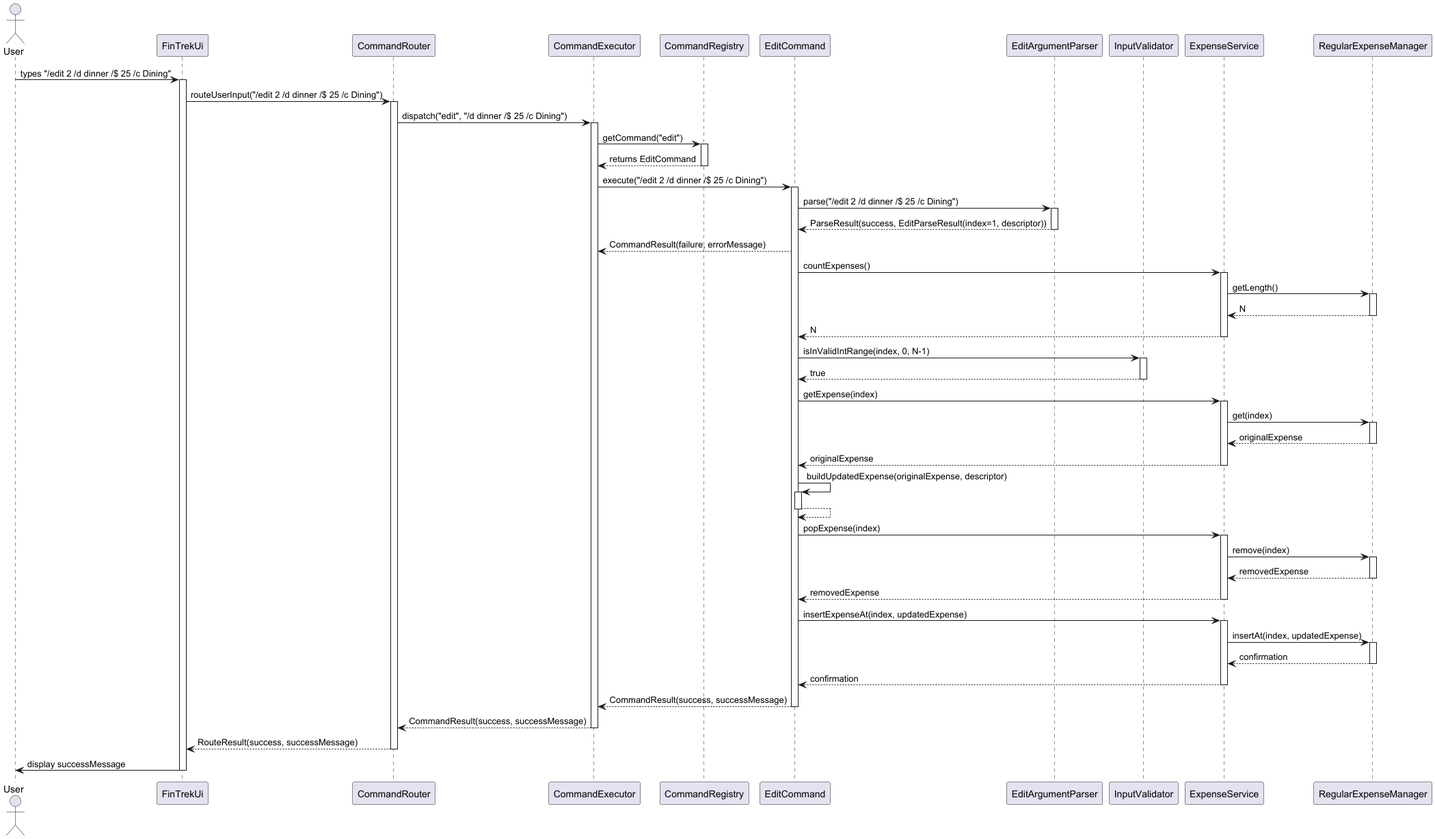
Earlier version of the PlantUML export docs/images/editCommand.png (randust/tp).
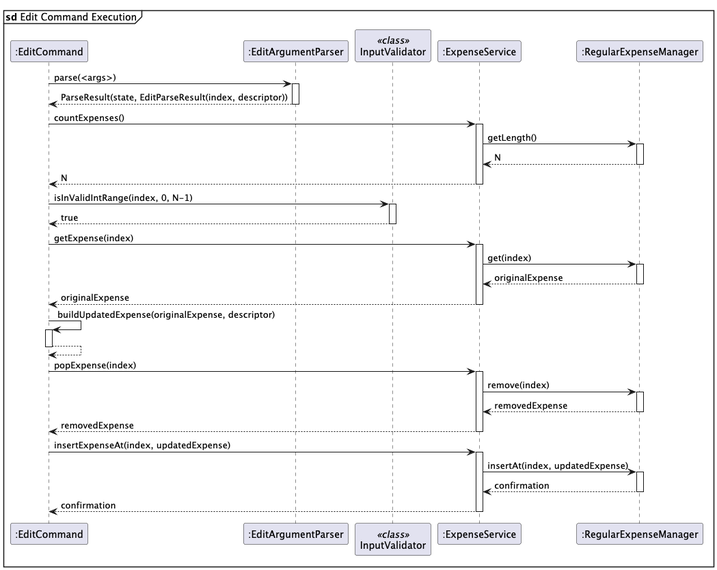
The same file after the commit.

Commit message:
Update TotalCommand to set limit, update parser, summary, edit sequence diagrams

The edit, as a diff of the source:
```diff
@@ -1,40 +1,18 @@
-@startuml editCommand.puml
-actor User
-participant "FinTrekUi" as FinTrek
-participant "CommandRouter" as Router
-participant "CommandExecutor" as Executor
-participant "CommandRegistry" as Registry
-participant "EditCommand" as EditCmd
-participant "EditArgumentParser" as Parser
-participant "InputValidator" as Validator
-participant "ExpenseService" as ExpenseSvc
-participant "RegularExpenseManager" as RegExpMgr
+@startuml editCommand
 
-User -> FinTrek : types "/edit 2 /d dinner /$ 25 /c Dining"
-activate FinTrek
+mainframe **sd** Edit Command Execution
+participant ":EditCommand" as EditCmd
+participant ":EditArgumentParser" as Parser
+participant "InputValidator" as Validator <<class>>
+participant ":ExpenseService" as ExpenseSvc
+participant ":RegularExpenseManager" as RegExpMgr
 
-FinTrek -> Router : routeUserInput("/edit 2 /d dinner /$ 25 /c Dining")
-activate Router
-
-Router -> Executor : dispatch("edit", "/d dinner /$ 25 /c Dining")
-activate Executor
-
-Executor -> Registry : getCommand("edit")
-activate Registry
-
-Registry --> Executor : returns EditCommand
-deactivate Registry
-
-Executor -> EditCmd : execute("/edit 2 /d dinner /$ 25 /c Dining")
-activate EditCmd
-
-EditCmd -> Parser : parse("/edit 2 /d dinner /$ 25 /c Dining")
+EditCmd -> Parser : parse(<args>)
 activate Parser
 
-Parser --> EditCmd : ParseResult(success, EditParseResult(index=1, descriptor))
+Parser --> EditCmd : ParseResult(state, EditParseResult(index, descriptor))
 deactivate Parser
 
-EditCmd --> Executor : CommandResult(failure, errorMessage)
 EditCmd -> ExpenseSvc : countExpenses()
 activate ExpenseSvc
 
@@ -95,16 +73,4 @@
 ExpenseSvc --> EditCmd : confirmation
 deactivate ExpenseSvc
 
-EditCmd --> Executor : CommandResult(success, successMessage)
-
-deactivate EditCmd
-
-Executor --> Router : CommandResult(success, successMessage)
-deactivate Executor
-
-Router --> FinTrek : RouteResult(success, successMessage)
-deactivate Router
-
-FinTrek -> User : display successMessage
-deactivate FinTrek
 @enduml
```
